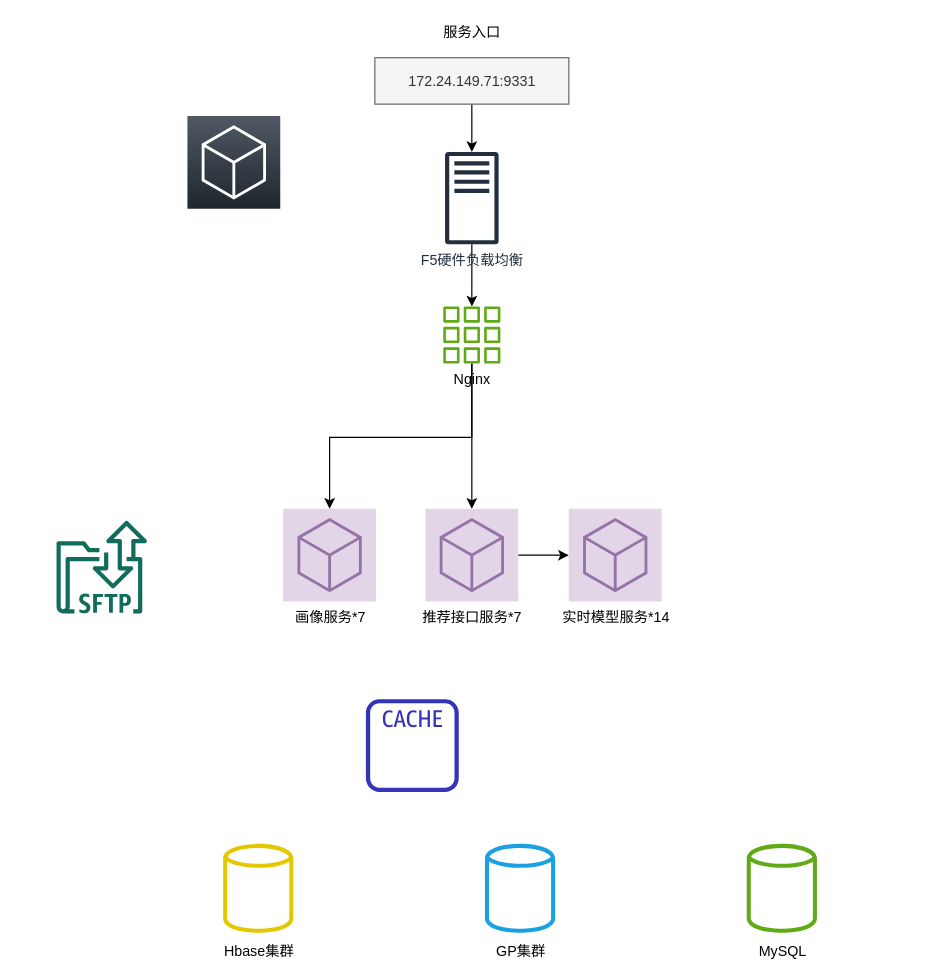
This is Untitled Diagram.drawio from SaveWork/test_for_work, a draw.io file, before an edit. Source tidied: cells renumbered, new cells numbered last; positions are measured from the earlier drawing's top-left corner, leaving out a move shared by most shapes. Both pictures are drawn from the tidied source at 119%, with x=0, y=0 at pixel (56, 20).
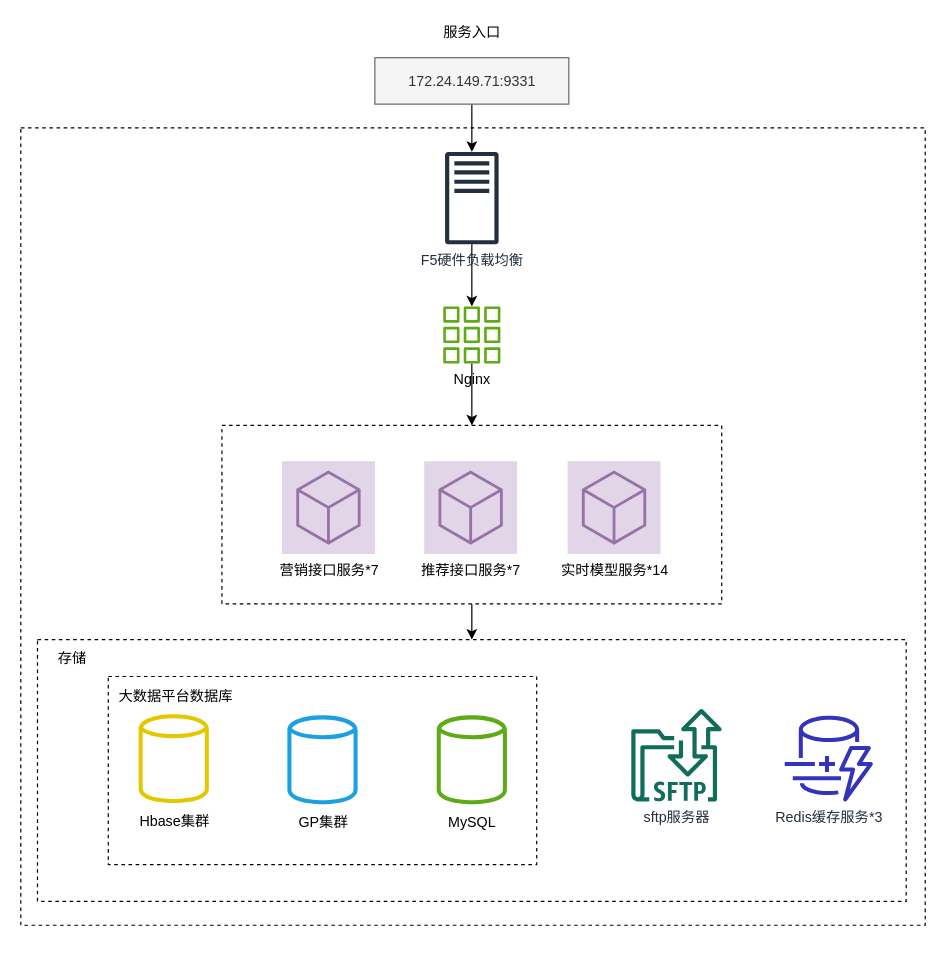
The same page after the edit.

The change refers to these unchanged cells:
```xml
<mxCell id="7" value="F5硬件负载均衡" style="outlineConnect=0;fontColor=#232F3E;gradientColor=none;fillColor=#232F3E;strokeColor=none;dashed=0;verticalLabelPosition=bottom;verticalAlign=top;align=center;html=1;fontSize=12;fontStyle=0;shape=mxgraph.aws4.traditional_server;" parent="1" vertex="1">
  <mxGeometry x="326.5" y="110" width="45" height="78" as="geometry" />
</mxCell>
```

Diff of the diagram source:
```diff
@@
-    <mxCell id="2" style="fontColor=#232F3E;gradientColor=none;fillColor=#116D5B;strokeColor=none;dashed=0;verticalLabelPosition=bottom;verticalAlign=top;align=center;html=1;fontSize=12;fontStyle=0;shape=mxgraph.aws4.transfer_for_sftp_resource;" parent="1" vertex="1">
-      <mxGeometry y="420" width="76" height="78" as="geometry" />
-    </mxCell>
-    <mxCell id="3" style="edgeStyle=orthogonalEdgeStyle;rounded=0;jettySize=auto;html=1;entryX=0;entryY=0.5;entryDx=0;entryDy=0;entryPerimeter=0;fontColor=#000000;" parent="1" edge="1" source="4" target="12">
-      <mxGeometry relative="1" as="geometry" />
-    </mxCell>
-    <mxCell id="4" value="推荐接口服务*7" style="points=[[0,0,0],[0.25,0,0],[0.5,0,0],[0.75,0,0],[1,0,0],[0,1,0],[0.25,1,0],[0.5,1,0],[0.75,1,0],[1,1,0],[0,0.25,0],[0,0.5,0],[0,0.75,0],[1,0.25,0],[1,0.5,0],[1,0.75,0]];gradientDirection=north;outlineConnect=0;fillColor=#e1d5e7;strokeColor=#9673a6;dashed=0;verticalLabelPosition=bottom;verticalAlign=top;align=center;html=1;fontSize=12;fontStyle=0;shape=mxgraph.aws4.resourceIcon;resIcon=mxgraph.aws4.general;" parent="1" vertex="1">
-      <mxGeometry x="310" y="410" width="78" height="78" as="geometry" />
-    </mxCell>
-    <mxCell id="5" value="Hbase集群" style="fontColor=#000000;fillColor=#e3c800;strokeColor=#B09500;dashed=0;verticalLabelPosition=bottom;verticalAlign=top;align=center;html=1;fontSize=12;fontStyle=0;shape=mxgraph.aws4.generic_database;" parent="1" vertex="1">
-      <mxGeometry x="140" y="690" width="59" height="78" as="geometry" />
-    </mxCell>
@@
+    <mxCell id="10" value="服务入口" style="text;html=1;align=center;verticalAlign=middle;strokeColor=none;" parent="1" vertex="1">
+      <mxGeometry x="319" width="60" height="20" as="geometry" />
+    </mxCell>
+    <mxCell id="13" style="edgeStyle=orthogonalEdgeStyle;rounded=0;jettySize=auto;html=1;fontColor=#000000;" parent="1" edge="1" source="14" target="7">
+      <mxGeometry relative="1" as="geometry" />
+    </mxCell>
+    <mxCell id="14" value="&lt;span&gt;172.24.149.71:9331&lt;/span&gt;" style="rounded=0;whiteSpace=wrap;html=1;fontColor=#333333;strokeWidth=1;fillColor=#f5f5f5;strokeColor=#666666;" parent="1" vertex="1">
+      <mxGeometry x="267.5" y="31" width="163" height="39" as="geometry" />
+    </mxCell>
+    <mxCell id="20" style="edgeStyle=orthogonalEdgeStyle;rounded=0;jettySize=auto;html=1;entryX=0.5;entryY=0;entryDx=0;entryDy=0;fontColor=#000000;" parent="1" edge="1" source="18" target="22">
+      <mxGeometry relative="1" as="geometry" />
+    </mxCell>
+    <mxCell id="18" value="Nginx" style="outlineConnect=0;fillColor=#60a917;strokeColor=#2D7600;dashed=0;verticalLabelPosition=bottom;verticalAlign=top;align=center;html=1;fontSize=12;fontStyle=0;shape=mxgraph.aws4.instances_2;" parent="1" vertex="1">
+      <mxGeometry x="325" y="240" width="48" height="48" as="geometry" />
+    </mxCell>
+    <mxCell id="21" style="group;" parent="1" vertex="1">
+      <mxGeometry x="139" y="340" width="420" height="150" as="geometry" />
+    </mxCell>
+    <mxCell id="22" style="rounded=0;whiteSpace=wrap;html=1;fontColor=#000000;strokeWidth=1;dashed=1;fillColor=none;" parent="21" vertex="1">
+      <mxGeometry width="420" height="150" as="geometry" />
+    </mxCell>
+    <mxCell id="4" value="推荐接口服务*7" style="points=[[0,0,0],[0.25,0,0],[0.5,0,0],[0.75,0,0],[1,0,0],[0,1,0],[0.25,1,0],[0.5,1,0],[0.75,1,0],[1,1,0],[0,0.25,0],[0,0.5,0],[0,0.75,0],[1,0.25,0],[1,0.5,0],[1,0.75,0]];gradientDirection=north;outlineConnect=0;fillColor=#e1d5e7;strokeColor=#9673a6;dashed=0;verticalLabelPosition=bottom;verticalAlign=top;align=center;html=1;fontSize=12;fontStyle=0;shape=mxgraph.aws4.resourceIcon;resIcon=mxgraph.aws4.general;" parent="21" vertex="1">
+      <mxGeometry x="170" y="30" width="78" height="78" as="geometry" />
+    </mxCell>
+    <mxCell id="12" value="实时模型服务*14" style="points=[[0,0,0],[0.25,0,0],[0.5,0,0],[0.75,0,0],[1,0,0],[0,1,0],[0.25,1,0],[0.5,1,0],[0.75,1,0],[1,1,0],[0,0.25,0],[0,0.5,0],[0,0.75,0],[1,0.25,0],[1,0.5,0],[1,0.75,0]];gradientDirection=north;outlineConnect=0;fillColor=#e1d5e7;strokeColor=#9673a6;dashed=0;verticalLabelPosition=bottom;verticalAlign=top;align=center;html=1;fontSize=12;fontStyle=0;shape=mxgraph.aws4.resourceIcon;resIcon=mxgraph.aws4.general;" parent="21" vertex="1">
+      <mxGeometry x="290.5" y="30" width="78" height="78" as="geometry" />
+    </mxCell>
+    <mxCell id="15" value="营销接口服务*7" style="points=[[0,0,0],[0.25,0,0],[0.5,0,0],[0.75,0,0],[1,0,0],[0,1,0],[0.25,1,0],[0.5,1,0],[0.75,1,0],[1,1,0],[0,0.25,0],[0,0.5,0],[0,0.75,0],[1,0.25,0],[1,0.5,0],[1,0.75,0]];gradientDirection=north;outlineConnect=0;fillColor=#e1d5e7;strokeColor=#9673a6;dashed=0;verticalLabelPosition=bottom;verticalAlign=top;align=center;html=1;fontSize=12;fontStyle=0;shape=mxgraph.aws4.resourceIcon;resIcon=mxgraph.aws4.general;" parent="21" vertex="1">
+      <mxGeometry x="50.5" y="30" width="78" height="78" as="geometry" />
+    </mxCell>
+    <mxCell id="23" style="edgeStyle=orthogonalEdgeStyle;rounded=0;jettySize=auto;html=1;entryX=0.5;entryY=0;entryDx=0;entryDy=0;fontColor=#000000;" parent="1" edge="1" source="22" target="25">
+      <mxGeometry relative="1" as="geometry" />
+    </mxCell>
+    <mxCell id="24" style="group;" parent="1" vertex="1">
+      <mxGeometry x="-16" y="520" width="730" height="220" as="geometry" />
+    </mxCell>
+    <mxCell id="25" style="rounded=0;whiteSpace=wrap;html=1;fontColor=#000000;strokeWidth=1;dashed=1;fillColor=none;" parent="24" vertex="1">
+      <mxGeometry width="730" height="220" as="geometry" />
+    </mxCell>
+    <mxCell id="2" value="sftp服务器" style="fontColor=#232F3E;gradientColor=none;fillColor=#116D5B;strokeColor=none;dashed=0;verticalLabelPosition=bottom;verticalAlign=top;align=center;html=1;fontSize=12;fontStyle=0;shape=mxgraph.aws4.transfer_for_sftp_resource;" parent="24" vertex="1">
+      <mxGeometry x="499" y="58" width="76" height="78" as="geometry" />
+    </mxCell>
+    <mxCell id="5" value="Hbase集群" style="fontColor=#000000;fillColor=#e3c800;strokeColor=#B09500;dashed=0;verticalLabelPosition=bottom;verticalAlign=top;align=center;html=1;fontSize=12;fontStyle=0;shape=mxgraph.aws4.generic_database;" parent="24" vertex="1">
+      <mxGeometry x="85" y="61" width="59" height="78" as="geometry" />
+    </mxCell>
-    <mxCell id="8" value="MySQL" style="fillColor=#60a917;strokeColor=#2D7600;dashed=0;verticalLabelPosition=bottom;verticalAlign=top;align=center;html=1;fontSize=12;fontStyle=0;shape=mxgraph.aws4.generic_database;" parent="1" vertex="1">
-      <mxGeometry x="580" y="690" width="59" height="78" as="geometry" />
+    <mxCell id="8" value="MySQL" style="fillColor=#60a917;strokeColor=#2D7600;dashed=0;verticalLabelPosition=bottom;verticalAlign=top;align=center;html=1;fontSize=12;fontStyle=0;shape=mxgraph.aws4.generic_database;" parent="24" vertex="1">
+      <mxGeometry x="335.5" y="62" width="59" height="78" as="geometry" />
     </mxCell>
-    <mxCell id="9" value="GP集群" style="fillColor=#1ba1e2;strokeColor=#006EAF;dashed=0;verticalLabelPosition=bottom;verticalAlign=top;align=center;html=1;fontSize=12;fontStyle=0;shape=mxgraph.aws4.generic_database;" parent="1" vertex="1">
-      <mxGeometry x="360" y="690" width="59" height="78" as="geometry" />
+    <mxCell id="9" value="GP集群" style="fillColor=#1ba1e2;strokeColor=#006EAF;dashed=0;verticalLabelPosition=bottom;verticalAlign=top;align=center;html=1;fontSize=12;fontStyle=0;shape=mxgraph.aws4.generic_database;" parent="24" vertex="1">
+      <mxGeometry x="210" y="62" width="59" height="78" as="geometry" />
     </mxCell>
-    <mxCell id="10" value="服务入口" style="text;html=1;align=center;verticalAlign=middle;strokeColor=none;" parent="1" vertex="1">
-      <mxGeometry x="319" width="60" height="20" as="geometry" />
-    </mxCell>
-    <mxCell id="11" style="gradientDirection=north;fontColor=#232F3E;gradientColor=#505863;fillColor=#1E262E;strokeColor=#ffffff;dashed=0;verticalLabelPosition=bottom;verticalAlign=top;align=center;html=1;fontSize=12;fontStyle=0;shape=mxgraph.aws4.resourceIcon;resIcon=mxgraph.aws4.general;" parent="1" vertex="1">
-      <mxGeometry x="110" y="80" width="78" height="78" as="geometry" />
-    </mxCell>
-    <mxCell id="12" value="实时模型服务*14" style="points=[[0,0,0],[0.25,0,0],[0.5,0,0],[0.75,0,0],[1,0,0],[0,1,0],[0.25,1,0],[0.5,1,0],[0.75,1,0],[1,1,0],[0,0.25,0],[0,0.5,0],[0,0.75,0],[1,0.25,0],[1,0.5,0],[1,0.75,0]];gradientDirection=north;outlineConnect=0;fillColor=#e1d5e7;strokeColor=#9673a6;dashed=0;verticalLabelPosition=bottom;verticalAlign=top;align=center;html=1;fontSize=12;fontStyle=0;shape=mxgraph.aws4.resourceIcon;resIcon=mxgraph.aws4.general;" parent="1" vertex="1">
-      <mxGeometry x="430.5" y="410" width="78" height="78" as="geometry" />
-    </mxCell>
-    <mxCell id="13" style="edgeStyle=orthogonalEdgeStyle;rounded=0;jettySize=auto;html=1;fontColor=#000000;" parent="1" edge="1" source="14" target="7">
-      <mxGeometry relative="1" as="geometry" />
-    </mxCell>
-    <mxCell id="14" value="&lt;span&gt;172.24.149.71:9331&lt;/span&gt;" style="rounded=0;whiteSpace=wrap;html=1;fontColor=#333333;strokeWidth=1;fillColor=#f5f5f5;strokeColor=#666666;" parent="1" vertex="1">
-      <mxGeometry x="267.5" y="31" width="163" height="39" as="geometry" />
-    </mxCell>
-    <mxCell id="15" value="画像服务*7" style="points=[[0,0,0],[0.25,0,0],[0.5,0,0],[0.75,0,0],[1,0,0],[0,1,0],[0.25,1,0],[0.5,1,0],[0.75,1,0],[1,1,0],[0,0.25,0],[0,0.5,0],[0,0.75,0],[1,0.25,0],[1,0.5,0],[1,0.75,0]];gradientDirection=north;outlineConnect=0;fillColor=#e1d5e7;strokeColor=#9673a6;dashed=0;verticalLabelPosition=bottom;verticalAlign=top;align=center;html=1;fontSize=12;fontStyle=0;shape=mxgraph.aws4.resourceIcon;resIcon=mxgraph.aws4.general;" parent="1" vertex="1">
-      <mxGeometry x="190.5" y="410" width="78" height="78" as="geometry" />
-    </mxCell>
-    <mxCell id="16" style="edgeStyle=orthogonalEdgeStyle;rounded=0;jettySize=auto;html=1;fontColor=#000000;" parent="1" edge="1" source="18" target="4">
-      <mxGeometry relative="1" as="geometry" />
-    </mxCell>
-    <mxCell id="17" style="edgeStyle=orthogonalEdgeStyle;rounded=0;jettySize=auto;html=1;entryX=0.5;entryY=0;entryDx=0;entryDy=0;entryPerimeter=0;fontColor=#000000;" parent="1" edge="1" source="18" target="15">
-      <mxGeometry relative="1" as="geometry">
-        <Array as="points">
-          <mxPoint x="349" y="350" />
-          <mxPoint x="230" y="350" />
-        </Array>
-      </mxGeometry>
-    </mxCell>
-    <mxCell id="18" value="Nginx" style="outlineConnect=0;fillColor=#60a917;strokeColor=#2D7600;dashed=0;verticalLabelPosition=bottom;verticalAlign=top;align=center;html=1;fontSize=12;fontStyle=0;shape=mxgraph.aws4.instances_2;" parent="1" vertex="1">
-      <mxGeometry x="325" y="240" width="48" height="48" as="geometry" />
-    </mxCell>
-    <mxCell id="19" style="fontColor=#232F3E;gradientColor=none;fillColor=#3334B9;strokeColor=none;dashed=0;verticalLabelPosition=bottom;verticalAlign=top;align=center;html=1;fontSize=12;fontStyle=0;shape=mxgraph.aws4.cache_node;" parent="1" vertex="1">
-      <mxGeometry x="260" y="570" width="78" height="78" as="geometry" />
-    </mxCell>
+    <mxCell id="26" style="rounded=0;whiteSpace=wrap;html=1;fontColor=#000000;strokeWidth=1;dashed=1;fillColor=none;align=left;" parent="24" vertex="1">
+      <mxGeometry x="59.5" y="31" width="360" height="158" as="geometry" />
+    </mxCell>
+    <mxCell id="27" value="Redis缓存服务*3" style="fontColor=#232F3E;gradientColor=none;fillColor=#3334B9;strokeColor=none;dashed=0;verticalLabelPosition=bottom;verticalAlign=top;align=center;html=1;fontSize=12;fontStyle=0;shape=mxgraph.aws4.dynamodb_dax;" parent="24" vertex="1">
+      <mxGeometry x="626" y="64" width="78" height="72" as="geometry" />
+    </mxCell>
+    <mxCell id="28" value="存储" style="text;html=1;align=center;verticalAlign=middle;strokeColor=none;fontColor=#000000;" parent="24" vertex="1">
+      <mxGeometry x="9" y="6" width="40" height="20" as="geometry" />
+    </mxCell>
+    <mxCell id="29" value="大数据平台数据库" style="text;html=1;align=center;verticalAlign=middle;strokeColor=none;fontColor=#000000;" parent="24" vertex="1">
+      <mxGeometry x="60.5" y="38" width="110" height="20" as="geometry" />
+    </mxCell>
+    <mxCell id="30" style="rounded=0;whiteSpace=wrap;html=1;dashed=1;fontColor=#000000;strokeWidth=1;fillColor=none;" parent="1" vertex="1">
+      <mxGeometry x="-30" y="90" width="760" height="670" as="geometry" />
+    </mxCell>
```
